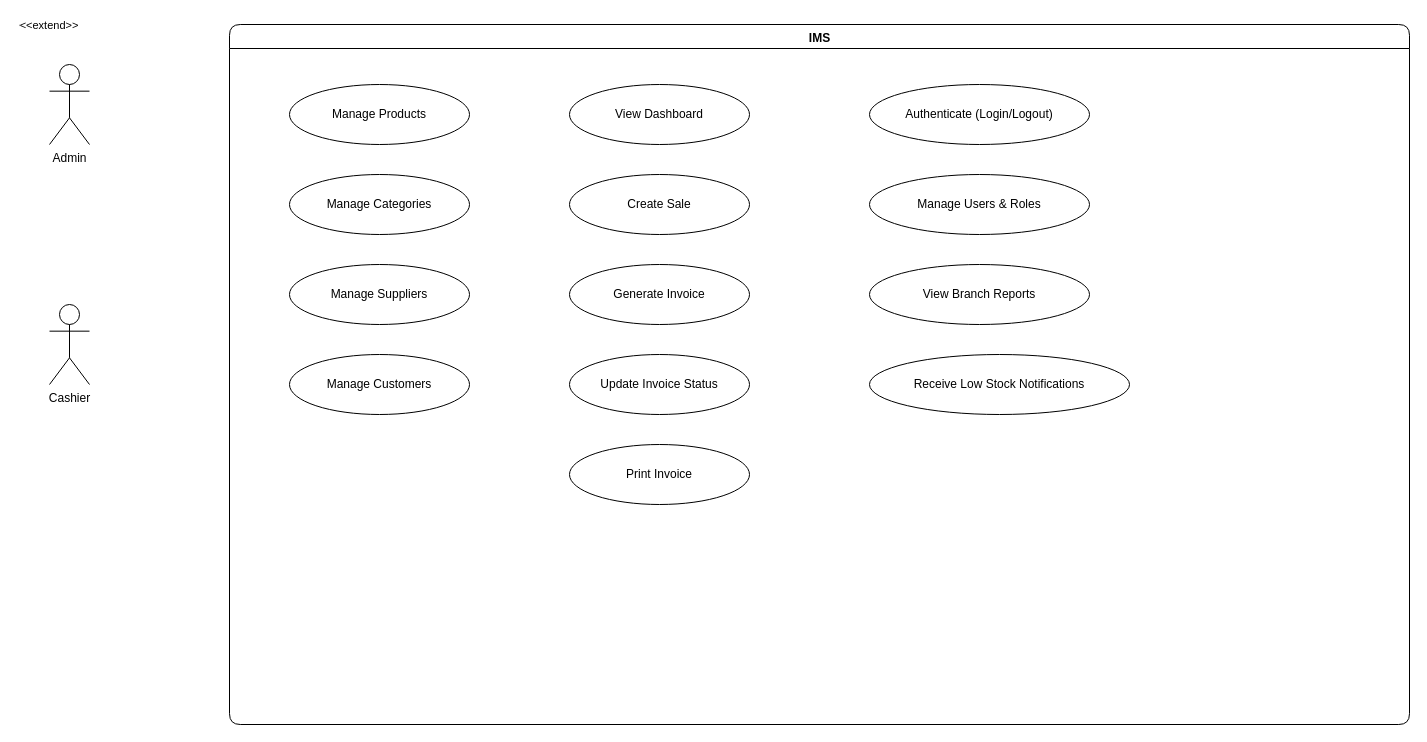
This is page "Use Case Diagram" (2 of 2) of classdiagram.drawio from pyaephyo11979/IMS, a draw.io file, before an edit. Source tidied: cells renumbered, new cells numbered last; positions are measured from the earlier drawing's top-left corner, leaving out a move shared by most shapes. Both pictures are drawn from the tidied source at 100%, with x=0, y=0 at pixel (49, 24).
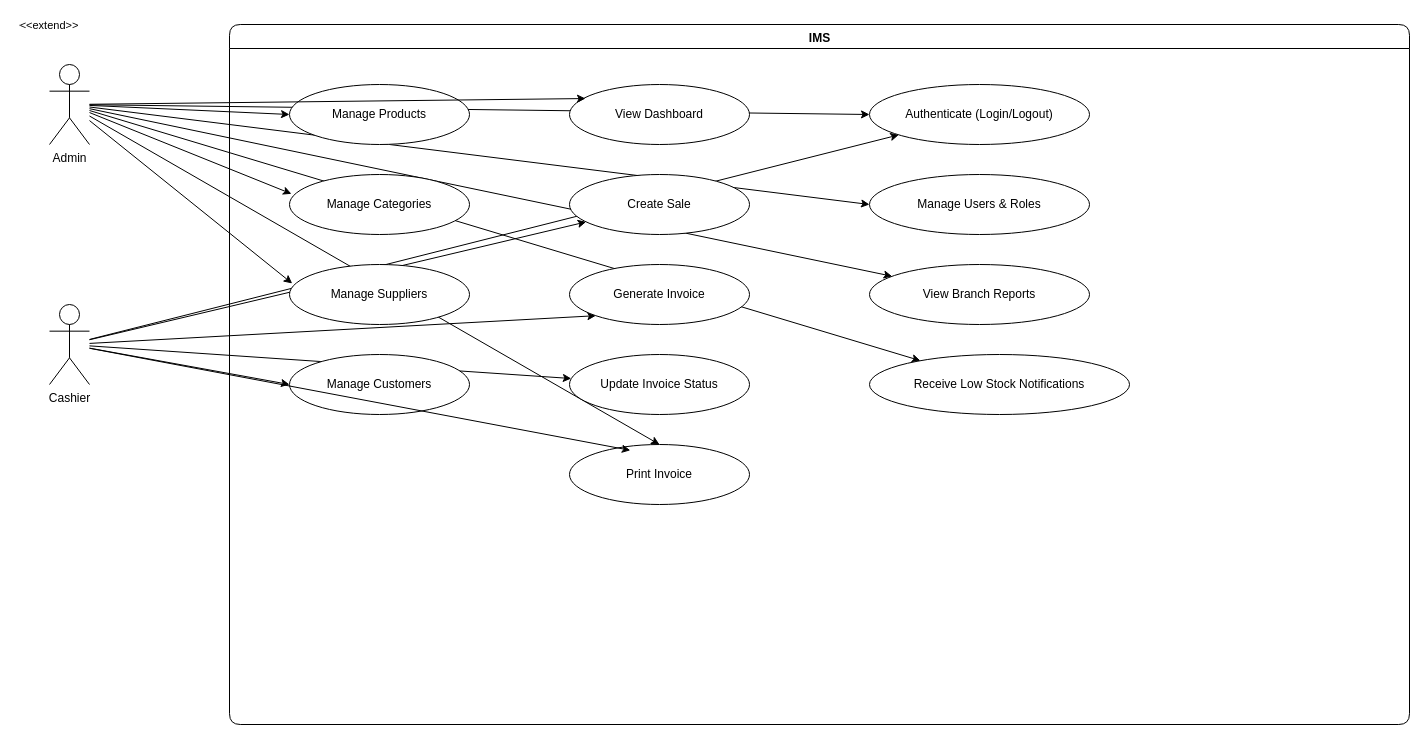
The same page after the edit.

The change refers to these unchanged cells:
```xml
<mxCell id="2" value="Admin" style="shape=umlActor;verticalLabelPosition=bottom;verticalAlign=top;html=1;" parent="1" vertex="1">
  <mxGeometry y="40" width="40" height="80" as="geometry" />
</mxCell>
<mxCell id="3" value="Cashier" style="shape=umlActor;verticalLabelPosition=bottom;verticalAlign=top;html=1;" parent="1" vertex="1">
  <mxGeometry y="280" width="40" height="80" as="geometry" />
</mxCell>
<mxCell id="5" value="Manage Products" style="ellipse;whiteSpace=wrap;html=1;" parent="4" vertex="1">
  <mxGeometry x="60" y="60" width="180" height="60" as="geometry" />
</mxCell>
<mxCell id="6" value="Manage Categories" style="ellipse;whiteSpace=wrap;html=1;" parent="4" vertex="1">
  <mxGeometry x="60" y="150" width="180" height="60" as="geometry" />
</mxCell>
<mxCell id="7" value="Manage Suppliers" style="ellipse;whiteSpace=wrap;html=1;" parent="4" vertex="1">
  <mxGeometry x="60" y="240" width="180" height="60" as="geometry" />
</mxCell>
<mxCell id="8" value="Manage Customers" style="ellipse;whiteSpace=wrap;html=1;" parent="4" vertex="1">
  <mxGeometry x="60" y="330" width="180" height="60" as="geometry" />
</mxCell>
<mxCell id="9" value="View Dashboard" style="ellipse;whiteSpace=wrap;html=1;" parent="4" vertex="1">
  <mxGeometry x="340" y="60" width="180" height="60" as="geometry" />
</mxCell>
<mxCell id="10" value="Create Sale" style="ellipse;whiteSpace=wrap;html=1;" parent="4" vertex="1">
  <mxGeometry x="340" y="150" width="180" height="60" as="geometry" />
</mxCell>
<mxCell id="11" value="Generate Invoice" style="ellipse;whiteSpace=wrap;html=1;" parent="4" vertex="1">
  <mxGeometry x="340" y="240" width="180" height="60" as="geometry" />
</mxCell>
<mxCell id="12" value="Update Invoice Status" style="ellipse;whiteSpace=wrap;html=1;" parent="4" vertex="1">
  <mxGeometry x="340" y="330" width="180" height="60" as="geometry" />
</mxCell>
<mxCell id="13" value="Print Invoice" style="ellipse;whiteSpace=wrap;html=1;" parent="4" vertex="1">
  <mxGeometry x="340" y="420" width="180" height="60" as="geometry" />
</mxCell>
<mxCell id="14" value="Authenticate (Login/Logout)" style="ellipse;whiteSpace=wrap;html=1;" parent="4" vertex="1">
  <mxGeometry x="640" y="60" width="220" height="60" as="geometry" />
</mxCell>
<mxCell id="15" value="Manage Users &amp; Roles" style="ellipse;whiteSpace=wrap;html=1;" parent="4" vertex="1">
  <mxGeometry x="640" y="150" width="220" height="60" as="geometry" />
</mxCell>
<mxCell id="16" value="View Branch Reports" style="ellipse;whiteSpace=wrap;html=1;" parent="4" vertex="1">
  <mxGeometry x="640" y="240" width="220" height="60" as="geometry" />
</mxCell>
<mxCell id="17" value="Receive Low Stock Notifications" style="ellipse;whiteSpace=wrap;html=1;" parent="4" vertex="1">
  <mxGeometry x="640" y="330" width="260" height="60" as="geometry" />
</mxCell>
```

The edit, as a diff of the source:
```diff
@@
+    <mxCell id="36" style="edgeStyle=none;html=1;entryX=0;entryY=0.5;entryDx=0;entryDy=0;" parent="1" edge="1" source="2" target="5">
+      <mxGeometry relative="1" as="geometry" />
+    </mxCell>
+    <mxCell id="37" style="edgeStyle=none;html=1;entryX=0;entryY=0.5;entryDx=0;entryDy=0;" parent="1" edge="1" source="2" target="14">
+      <mxGeometry relative="1" as="geometry" />
+    </mxCell>
+    <mxCell id="38" style="edgeStyle=none;html=1;entryX=0;entryY=0.5;entryDx=0;entryDy=0;" parent="1" edge="1" source="2" target="15">
+      <mxGeometry relative="1" as="geometry" />
+    </mxCell>
+    <mxCell id="39" style="edgeStyle=none;html=1;" parent="1" edge="1" source="2" target="16">
+      <mxGeometry relative="1" as="geometry" />
+    </mxCell>
+    <mxCell id="40" style="edgeStyle=none;html=1;" parent="1" edge="1" source="2" target="17">
+      <mxGeometry relative="1" as="geometry" />
+    </mxCell>
+    <mxCell id="41" style="edgeStyle=none;html=1;entryX=0.5;entryY=0;entryDx=0;entryDy=0;" parent="1" edge="1" source="2" target="13">
+      <mxGeometry relative="1" as="geometry" />
+    </mxCell>
@@
+    <mxCell id="42" style="edgeStyle=none;html=1;entryX=0;entryY=0.5;entryDx=0;entryDy=0;" parent="1" edge="1" source="3" target="8">
+      <mxGeometry relative="1" as="geometry" />
+    </mxCell>
+    <mxCell id="43" style="edgeStyle=none;html=1;" parent="1" edge="1" source="3" target="14">
+      <mxGeometry relative="1" as="geometry" />
+    </mxCell>
+    <mxCell id="44" style="edgeStyle=none;html=1;" parent="1" edge="1" source="3" target="10">
+      <mxGeometry relative="1" as="geometry" />
+    </mxCell>
+    <mxCell id="45" style="edgeStyle=none;html=1;entryX=0;entryY=1;entryDx=0;entryDy=0;" parent="1" edge="1" source="3" target="11">
+      <mxGeometry relative="1" as="geometry" />
+    </mxCell>
+    <mxCell id="46" style="edgeStyle=none;html=1;" parent="1" edge="1" source="3" target="12">
+      <mxGeometry relative="1" as="geometry" />
+    </mxCell>
@@
+    <mxCell id="47" style="edgeStyle=none;html=1;entryX=0.011;entryY=0.322;entryDx=0;entryDy=0;entryPerimeter=0;" parent="1" edge="1" source="2" target="6">
+      <mxGeometry relative="1" as="geometry" />
+    </mxCell>
+    <mxCell id="48" style="edgeStyle=none;html=1;entryX=0.015;entryY=0.316;entryDx=0;entryDy=0;entryPerimeter=0;" parent="1" edge="1" source="2" target="7">
+      <mxGeometry relative="1" as="geometry" />
+    </mxCell>
+    <mxCell id="49" style="edgeStyle=none;html=1;entryX=0.089;entryY=0.234;entryDx=0;entryDy=0;entryPerimeter=0;" parent="1" edge="1" source="2" target="9">
+      <mxGeometry relative="1" as="geometry" />
+    </mxCell>
+    <mxCell id="50" style="edgeStyle=none;html=1;entryX=0.338;entryY=0.097;entryDx=0;entryDy=0;entryPerimeter=0;" parent="1" edge="1" source="3" target="13">
+      <mxGeometry relative="1" as="geometry" />
+    </mxCell>
```
